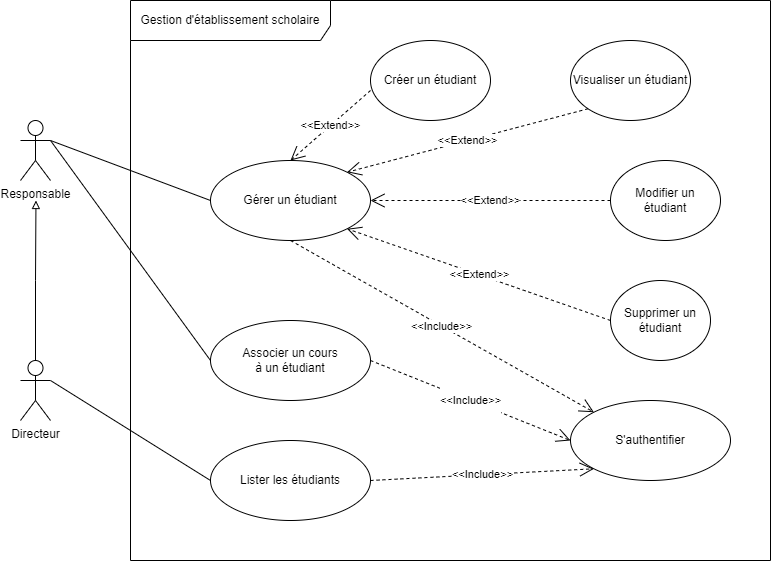
Above: diagrams/SchoolDiagram-User case diagram.drawio.png in MaximeDzN/partielFinal (draw.io), before the change. Source tidied: cells renumbered, new cells last; positions are measured from the earlier drawing's top-left corner, leaving out a move shared by most shapes.
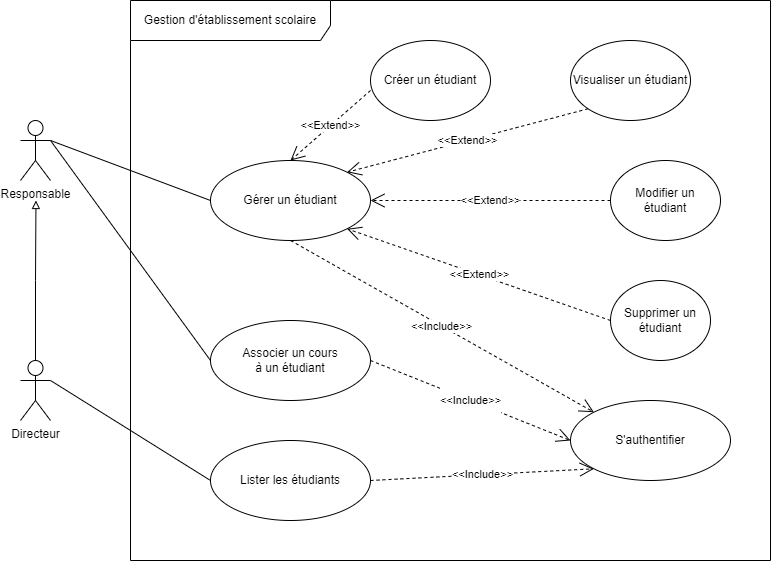
After the commit.

Commit message:
correction orthographe dans diagram

Change to the diagram source:
```diff
@@ -13,7 +13,7 @@
     <mxCell id="4" value="Directeur" style="shape=umlActor;verticalLabelPosition=bottom;verticalAlign=top;html=1;outlineConnect=0;" parent="1" vertex="1">
       <mxGeometry y="360" width="30" height="60" as="geometry" />
     </mxCell>
-    <mxCell id="5" value="Gestion d'établissement scholaire" style="shape=umlFrame;whiteSpace=wrap;html=1;width=200;height=40;" parent="1" vertex="1">
+    <mxCell id="5" value="Gestion d'établissement scolaire" style="shape=umlFrame;whiteSpace=wrap;html=1;width=200;height=40;" parent="1" vertex="1">
       <mxGeometry x="110" width="640" height="560" as="geometry" />
     </mxCell>
     <mxCell id="6" style="rounded=0;jettySize=auto;html=1;exitX=1;exitY=0.3333333333333333;exitDx=0;exitDy=0;exitPerimeter=0;entryX=0;entryY=0.5;entryDx=0;entryDy=0;endArrow=none;endFill=0;" parent="1" edge="1" source="8" target="9">
```
